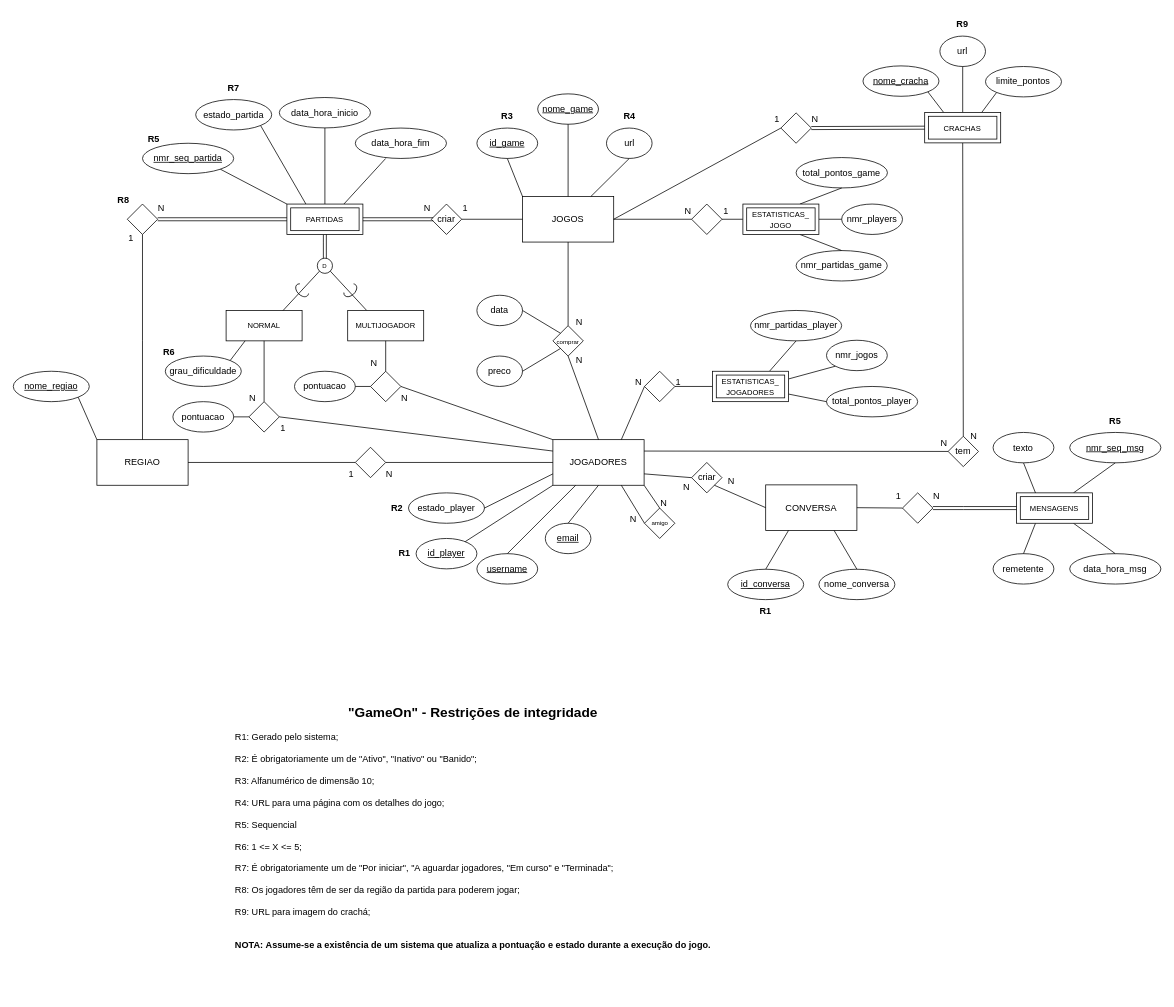
Above: Docs/ModeloEAG9.drawio in TiagoNeves9/SisInf-SV2223-G9 (draw.io), before the change. Source tidied: cells renumbered, new cells numbered last; positions are measured from the earlier drawing's top-left corner, leaving out a move shared by most shapes. Both pictures are drawn from the tidied source at 76%, with x=0, y=0 at pixel (13, 13).
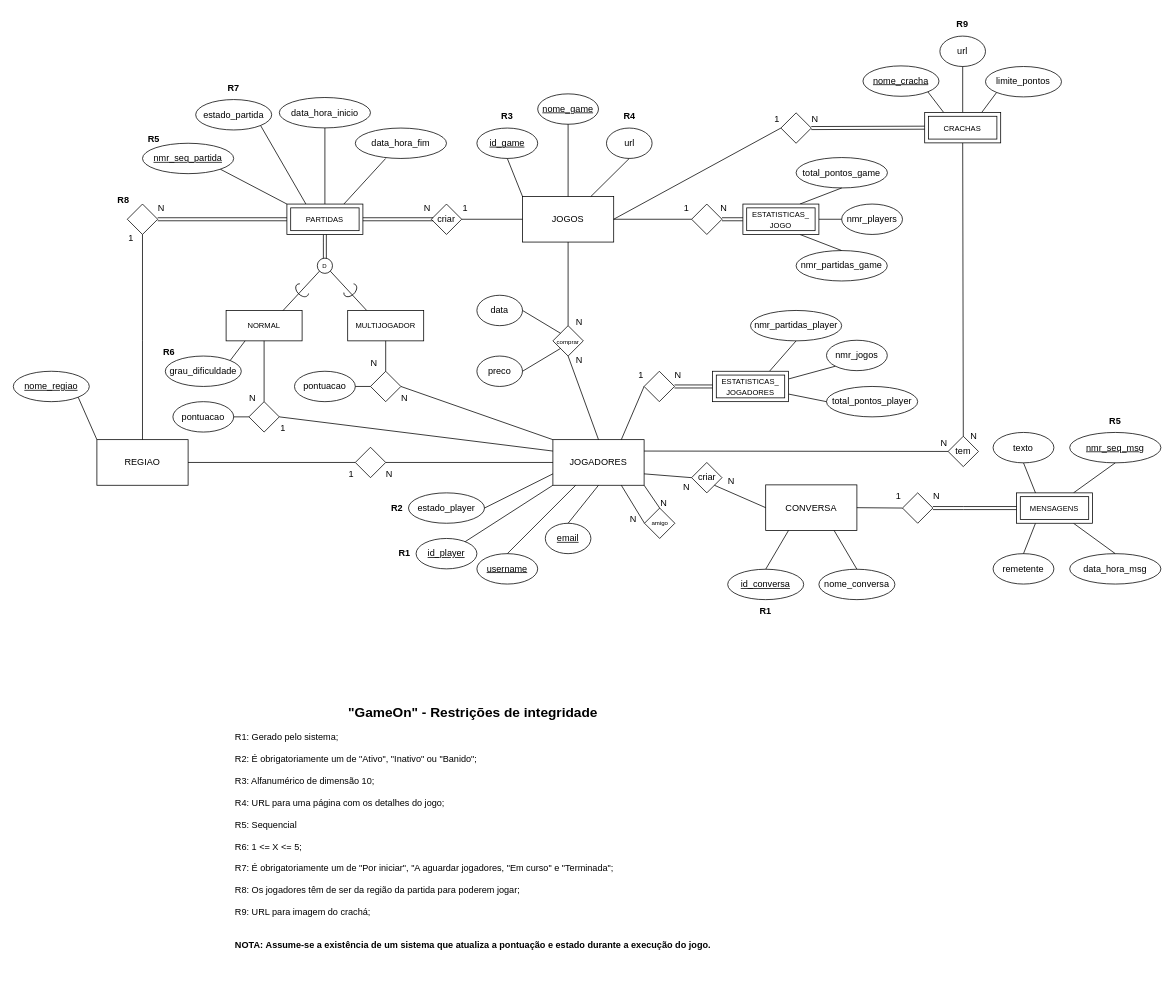
After the change.

The change refers to these unchanged cells:
```xml
<mxCell id="102" style="rhombus;whiteSpace=wrap;html=1;" parent="1" vertex="1">
  <mxGeometry x="892.5" y="251" width="40" height="40" as="geometry" />
</mxCell>
<mxCell id="158" value="&lt;font style=&quot;font-size: 10px;&quot;&gt;ESTATISTICAS_&lt;br&gt;JOGO&lt;/font&gt;" style="shape=ext;margin=3;double=1;whiteSpace=wrap;html=1;align=center;" parent="1" vertex="1">
  <mxGeometry x="960" y="251" width="100" height="40" as="geometry" />
</mxCell>
<mxCell id="159" value="&lt;font style=&quot;font-size: 10px;&quot;&gt;ESTATISTICAS_&lt;br&gt;JOGADORES&lt;/font&gt;" style="shape=ext;margin=3;double=1;whiteSpace=wrap;html=1;align=center;" parent="1" vertex="1">
  <mxGeometry x="920" y="471" width="100" height="40" as="geometry" />
</mxCell>
```

What changed in the source:
```diff
@@
     <mxCell id="99" style="rhombus;whiteSpace=wrap;html=1;" parent="1" vertex="1">
-      <mxGeometry x="830.5" y="471" width="40" height="40" as="geometry" />
+      <mxGeometry x="830" y="471" width="40" height="40" as="geometry" />
     </mxCell>
     <mxCell id="100" value="N" style="text;html=1;strokeColor=none;fillColor=none;align=center;verticalAlign=middle;whiteSpace=wrap;rounded=0;" parent="1" vertex="1">
-      <mxGeometry x="872.5" y="246" width="30" height="30" as="geometry" />
+      <mxGeometry x="920" y="241" width="30" height="30" as="geometry" />
     </mxCell>
     <mxCell id="101" value="1" style="text;html=1;strokeColor=none;fillColor=none;align=center;verticalAlign=middle;whiteSpace=wrap;rounded=0;" parent="1" vertex="1">
-      <mxGeometry x="922.5" y="246" width="30" height="30" as="geometry" />
+      <mxGeometry x="870.5" y="241" width="30" height="30" as="geometry" />
     </mxCell>
@@
     <mxCell id="105" value="N" style="text;html=1;strokeColor=none;fillColor=none;align=center;verticalAlign=middle;whiteSpace=wrap;rounded=0;" parent="1" vertex="1">
-      <mxGeometry x="808" y="471" width="30" height="30" as="geometry" />
+      <mxGeometry x="859.5" y="461" width="30" height="30" as="geometry" />
     </mxCell>
@@
-    <mxCell id="143" style="endArrow=none;html=1;rounded=0;entryX=0;entryY=0.5;entryDx=0;entryDy=0;exitX=1;exitY=0.5;exitDx=0;exitDy=0;" parent="1" edge="1" source="102" target="158">
-      <mxGeometry relative="1" as="geometry" />
-    </mxCell>
@@
-    <mxCell id="145" style="endArrow=none;html=1;rounded=0;entryX=1;entryY=0.5;entryDx=0;entryDy=0;exitX=0;exitY=0.5;exitDx=0;exitDy=0;" parent="1" edge="1" source="159" target="99">
-      <mxGeometry relative="1" as="geometry" />
-    </mxCell>
@@
     <mxCell id="150" value="1" style="text;html=1;strokeColor=none;fillColor=none;align=center;verticalAlign=middle;whiteSpace=wrap;rounded=0;" parent="1" vertex="1">
-      <mxGeometry x="860" y="470.2" width="30" height="30" as="geometry" />
+      <mxGeometry x="810.5" y="461" width="30" height="30" as="geometry" />
     </mxCell>
@@
+    <mxCell id="163" style="shape=link;html=1;rounded=0;entryX=1;entryY=0.5;entryDx=0;entryDy=0;exitX=0;exitY=0.5;exitDx=0;exitDy=0;" parent="1" edge="1" source="158" target="102">
+      <mxGeometry relative="1" as="geometry" />
+    </mxCell>
+    <mxCell id="145" style="shape=link;html=1;rounded=0;entryX=1;entryY=0.5;entryDx=0;entryDy=0;exitX=0;exitY=0.5;exitDx=0;exitDy=0;" parent="1" edge="1" source="159" target="99">
+      <mxGeometry relative="1" as="geometry" />
+    </mxCell>
```
